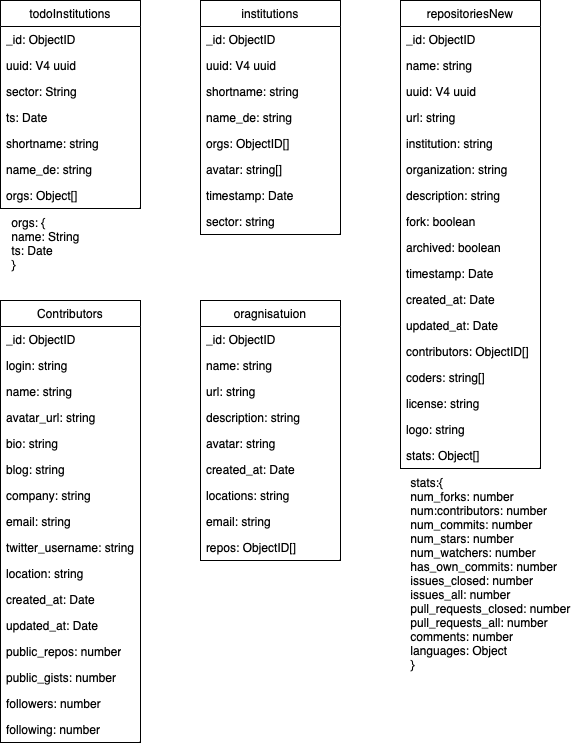
digital-sustainability/oss-github-benchmark keeps this draw.io diagram as assets/images/DBStructure.png. Above is the earlier version. Source tidied: cells renumbered, new cells last; positions are measured from the earlier drawing's top-left corner, leaving out a move shared by most shapes. Source of this version:
```xml
<mxGraphModel>
  <root>
    <mxCell id="0" />
    <mxCell id="1" parent="0" />
    <mxCell id="2" value="todoInstitutions" style="swimlane;fontStyle=0;horizontal=1;startSize=26;fillColor=none;whiteSpace=wrap;html=1;" parent="1" vertex="1">
      <mxGeometry width="140" height="208" as="geometry" />
    </mxCell>
    <mxCell id="3" value="_id: ObjectID" style="text;strokeColor=none;fillColor=none;align=left;verticalAlign=top;spacingLeft=4;spacingRight=4;overflow=hidden;whiteSpace=wrap;html=1;" parent="2" vertex="1">
      <mxGeometry y="26" width="140" height="26" as="geometry" />
    </mxCell>
    <mxCell id="4" value="uuid: V4 uuid" style="text;strokeColor=none;fillColor=none;align=left;verticalAlign=top;spacingLeft=4;spacingRight=4;overflow=hidden;whiteSpace=wrap;html=1;" parent="2" vertex="1">
      <mxGeometry y="52" width="140" height="26" as="geometry" />
    </mxCell>
    <mxCell id="5" value="sector: String" style="text;strokeColor=none;fillColor=none;align=left;verticalAlign=top;spacingLeft=4;spacingRight=4;overflow=hidden;whiteSpace=wrap;html=1;" parent="2" vertex="1">
      <mxGeometry y="78" width="140" height="26" as="geometry" />
    </mxCell>
    <mxCell id="6" value="ts: Date" style="text;strokeColor=none;fillColor=none;align=left;verticalAlign=top;spacingLeft=4;spacingRight=4;overflow=hidden;whiteSpace=wrap;html=1;" parent="2" vertex="1">
      <mxGeometry y="104" width="140" height="26" as="geometry" />
    </mxCell>
    <mxCell id="7" value="shortname: string" style="text;strokeColor=none;fillColor=none;align=left;verticalAlign=top;spacingLeft=4;spacingRight=4;overflow=hidden;whiteSpace=wrap;html=1;" parent="2" vertex="1">
      <mxGeometry y="130" width="140" height="26" as="geometry" />
    </mxCell>
    <mxCell id="8" value="name_de: string" style="text;strokeColor=none;fillColor=none;align=left;verticalAlign=top;spacingLeft=4;spacingRight=4;overflow=hidden;whiteSpace=wrap;html=1;" parent="2" vertex="1">
      <mxGeometry y="156" width="140" height="26" as="geometry" />
    </mxCell>
    <mxCell id="9" value="orgs: Object[]" style="text;strokeColor=none;fillColor=none;align=left;verticalAlign=top;spacingLeft=4;spacingRight=4;overflow=hidden;whiteSpace=wrap;html=1;" parent="2" vertex="1">
      <mxGeometry y="182" width="140" height="26" as="geometry" />
    </mxCell>
    <mxCell id="10" value="&lt;div style=&quot;text-align: left;&quot;&gt;orgs: {&lt;/div&gt;&lt;div style=&quot;&quot;&gt;&lt;div style=&quot;text-align: left;&quot;&gt;name: String&lt;/div&gt;&lt;/div&gt;&lt;div style=&quot;text-align: left;&quot;&gt;ts: Date&lt;/div&gt;&lt;div style=&quot;text-align: left;&quot;&gt;}&lt;/div&gt;" style="text;html=1;align=center;verticalAlign=middle;strokeColor=none;fillColor=none;" parent="1" vertex="1">
      <mxGeometry y="208" width="90" height="70" as="geometry" />
    </mxCell>
    <mxCell id="11" value="oragnisatuion" style="swimlane;fontStyle=0;horizontal=1;startSize=26;fillColor=none;whiteSpace=wrap;html=1;" parent="1" vertex="1">
      <mxGeometry x="200" y="300" width="140" height="260" as="geometry" />
    </mxCell>
    <mxCell id="12" value="_id: ObjectID" style="text;strokeColor=none;fillColor=none;align=left;verticalAlign=top;spacingLeft=4;spacingRight=4;overflow=hidden;whiteSpace=wrap;html=1;" parent="11" vertex="1">
      <mxGeometry y="26" width="140" height="26" as="geometry" />
    </mxCell>
    <mxCell id="13" value="name: string" style="text;strokeColor=none;fillColor=none;align=left;verticalAlign=top;spacingLeft=4;spacingRight=4;overflow=hidden;whiteSpace=wrap;html=1;" parent="11" vertex="1">
      <mxGeometry y="52" width="140" height="26" as="geometry" />
    </mxCell>
    <mxCell id="14" value="url: string" style="text;strokeColor=none;fillColor=none;align=left;verticalAlign=top;spacingLeft=4;spacingRight=4;overflow=hidden;whiteSpace=wrap;html=1;" parent="11" vertex="1">
      <mxGeometry y="78" width="140" height="26" as="geometry" />
    </mxCell>
    <mxCell id="15" value="description: string" style="text;strokeColor=none;fillColor=none;align=left;verticalAlign=top;spacingLeft=4;spacingRight=4;overflow=hidden;whiteSpace=wrap;html=1;" parent="11" vertex="1">
      <mxGeometry y="104" width="140" height="26" as="geometry" />
    </mxCell>
    <mxCell id="16" value="avatar: string" style="text;strokeColor=none;fillColor=none;align=left;verticalAlign=top;spacingLeft=4;spacingRight=4;overflow=hidden;whiteSpace=wrap;html=1;" parent="11" vertex="1">
      <mxGeometry y="130" width="140" height="26" as="geometry" />
    </mxCell>
    <mxCell id="17" value="created_at: Date" style="text;strokeColor=none;fillColor=none;align=left;verticalAlign=top;spacingLeft=4;spacingRight=4;overflow=hidden;whiteSpace=wrap;html=1;" parent="11" vertex="1">
      <mxGeometry y="156" width="140" height="26" as="geometry" />
    </mxCell>
    <mxCell id="18" value="locations: string" style="text;strokeColor=none;fillColor=none;align=left;verticalAlign=top;spacingLeft=4;spacingRight=4;overflow=hidden;whiteSpace=wrap;html=1;" parent="11" vertex="1">
      <mxGeometry y="182" width="140" height="26" as="geometry" />
    </mxCell>
    <mxCell id="19" value="email: string" style="text;strokeColor=none;fillColor=none;align=left;verticalAlign=top;spacingLeft=4;spacingRight=4;overflow=hidden;whiteSpace=wrap;html=1;" parent="11" vertex="1">
      <mxGeometry y="208" width="140" height="26" as="geometry" />
    </mxCell>
    <mxCell id="20" value="repos: ObjectID[]" style="text;strokeColor=none;fillColor=none;align=left;verticalAlign=top;spacingLeft=4;spacingRight=4;overflow=hidden;whiteSpace=wrap;html=1;" parent="11" vertex="1">
      <mxGeometry y="234" width="140" height="26" as="geometry" />
    </mxCell>
    <mxCell id="21" value="institutions" style="swimlane;fontStyle=0;horizontal=1;startSize=26;fillColor=none;whiteSpace=wrap;html=1;" parent="1" vertex="1">
      <mxGeometry x="200" width="140" height="234" as="geometry" />
    </mxCell>
    <mxCell id="22" value="_id: ObjectID" style="text;strokeColor=none;fillColor=none;align=left;verticalAlign=top;spacingLeft=4;spacingRight=4;overflow=hidden;whiteSpace=wrap;html=1;" parent="21" vertex="1">
      <mxGeometry y="26" width="140" height="26" as="geometry" />
    </mxCell>
    <mxCell id="23" value="uuid: V4 uuid" style="text;strokeColor=none;fillColor=none;align=left;verticalAlign=top;spacingLeft=4;spacingRight=4;overflow=hidden;whiteSpace=wrap;html=1;" parent="21" vertex="1">
      <mxGeometry y="52" width="140" height="26" as="geometry" />
    </mxCell>
    <mxCell id="24" value="shortname: string" style="text;strokeColor=none;fillColor=none;align=left;verticalAlign=top;spacingLeft=4;spacingRight=4;overflow=hidden;whiteSpace=wrap;html=1;" parent="21" vertex="1">
      <mxGeometry y="78" width="140" height="26" as="geometry" />
    </mxCell>
    <mxCell id="25" value="name_de: string" style="text;strokeColor=none;fillColor=none;align=left;verticalAlign=top;spacingLeft=4;spacingRight=4;overflow=hidden;whiteSpace=wrap;html=1;" parent="21" vertex="1">
      <mxGeometry y="104" width="140" height="26" as="geometry" />
    </mxCell>
    <mxCell id="26" value="orgs: ObjectID[]" style="text;strokeColor=none;fillColor=none;align=left;verticalAlign=top;spacingLeft=4;spacingRight=4;overflow=hidden;whiteSpace=wrap;html=1;" parent="21" vertex="1">
      <mxGeometry y="130" width="140" height="26" as="geometry" />
    </mxCell>
    <mxCell id="27" value="avatar: string[]" style="text;strokeColor=none;fillColor=none;align=left;verticalAlign=top;spacingLeft=4;spacingRight=4;overflow=hidden;whiteSpace=wrap;html=1;" parent="21" vertex="1">
      <mxGeometry y="156" width="140" height="26" as="geometry" />
    </mxCell>
    <mxCell id="28" value="timestamp: Date" style="text;strokeColor=none;fillColor=none;align=left;verticalAlign=top;spacingLeft=4;spacingRight=4;overflow=hidden;whiteSpace=wrap;html=1;" parent="21" vertex="1">
      <mxGeometry y="182" width="140" height="26" as="geometry" />
    </mxCell>
    <mxCell id="29" value="sector: string" style="text;strokeColor=none;fillColor=none;align=left;verticalAlign=top;spacingLeft=4;spacingRight=4;overflow=hidden;whiteSpace=wrap;html=1;" parent="21" vertex="1">
      <mxGeometry y="208" width="140" height="26" as="geometry" />
    </mxCell>
    <mxCell id="30" value="repositoriesNew" style="swimlane;fontStyle=0;horizontal=1;startSize=26;fillColor=none;whiteSpace=wrap;html=1;" parent="1" vertex="1">
      <mxGeometry x="400" width="140" height="468" as="geometry" />
    </mxCell>
    <mxCell id="31" value="_id: ObjectID" style="text;strokeColor=none;fillColor=none;align=left;verticalAlign=top;spacingLeft=4;spacingRight=4;overflow=hidden;whiteSpace=wrap;html=1;" parent="30" vertex="1">
      <mxGeometry y="26" width="140" height="26" as="geometry" />
    </mxCell>
    <mxCell id="32" value="name: string" style="text;strokeColor=none;fillColor=none;align=left;verticalAlign=top;spacingLeft=4;spacingRight=4;overflow=hidden;whiteSpace=wrap;html=1;" parent="30" vertex="1">
      <mxGeometry y="52" width="140" height="26" as="geometry" />
    </mxCell>
    <mxCell id="33" value="uuid: V4 uuid" style="text;strokeColor=none;fillColor=none;align=left;verticalAlign=top;spacingLeft=4;spacingRight=4;overflow=hidden;whiteSpace=wrap;html=1;" parent="30" vertex="1">
      <mxGeometry y="78" width="140" height="26" as="geometry" />
    </mxCell>
    <mxCell id="34" value="url: string" style="text;strokeColor=none;fillColor=none;align=left;verticalAlign=top;spacingLeft=4;spacingRight=4;overflow=hidden;whiteSpace=wrap;html=1;" parent="30" vertex="1">
      <mxGeometry y="104" width="140" height="26" as="geometry" />
    </mxCell>
    <mxCell id="35" value="institution: string" style="text;strokeColor=none;fillColor=none;align=left;verticalAlign=top;spacingLeft=4;spacingRight=4;overflow=hidden;whiteSpace=wrap;html=1;" parent="30" vertex="1">
      <mxGeometry y="130" width="140" height="26" as="geometry" />
    </mxCell>
    <mxCell id="36" value="organization: string" style="text;strokeColor=none;fillColor=none;align=left;verticalAlign=top;spacingLeft=4;spacingRight=4;overflow=hidden;whiteSpace=wrap;html=1;" parent="30" vertex="1">
      <mxGeometry y="156" width="140" height="26" as="geometry" />
    </mxCell>
    <mxCell id="37" value="description: string" style="text;strokeColor=none;fillColor=none;align=left;verticalAlign=top;spacingLeft=4;spacingRight=4;overflow=hidden;whiteSpace=wrap;html=1;" parent="30" vertex="1">
      <mxGeometry y="182" width="140" height="26" as="geometry" />
    </mxCell>
    <mxCell id="38" value="fork: boolean" style="text;strokeColor=none;fillColor=none;align=left;verticalAlign=top;spacingLeft=4;spacingRight=4;overflow=hidden;whiteSpace=wrap;html=1;" parent="30" vertex="1">
      <mxGeometry y="208" width="140" height="26" as="geometry" />
    </mxCell>
    <mxCell id="39" value="archived: boolean" style="text;strokeColor=none;fillColor=none;align=left;verticalAlign=top;spacingLeft=4;spacingRight=4;overflow=hidden;whiteSpace=wrap;html=1;" parent="30" vertex="1">
      <mxGeometry y="234" width="140" height="26" as="geometry" />
    </mxCell>
    <mxCell id="40" value="timestamp: Date" style="text;strokeColor=none;fillColor=none;align=left;verticalAlign=top;spacingLeft=4;spacingRight=4;overflow=hidden;whiteSpace=wrap;html=1;" parent="30" vertex="1">
      <mxGeometry y="260" width="140" height="26" as="geometry" />
    </mxCell>
    <mxCell id="41" value="created_at: Date" style="text;strokeColor=none;fillColor=none;align=left;verticalAlign=top;spacingLeft=4;spacingRight=4;overflow=hidden;whiteSpace=wrap;html=1;" parent="30" vertex="1">
      <mxGeometry y="286" width="140" height="26" as="geometry" />
    </mxCell>
    <mxCell id="42" value="updated_at: Date" style="text;strokeColor=none;fillColor=none;align=left;verticalAlign=top;spacingLeft=4;spacingRight=4;overflow=hidden;whiteSpace=wrap;html=1;" parent="30" vertex="1">
      <mxGeometry y="312" width="140" height="26" as="geometry" />
    </mxCell>
    <mxCell id="43" value="contributors: ObjectID[]" style="text;strokeColor=none;fillColor=none;align=left;verticalAlign=top;spacingLeft=4;spacingRight=4;overflow=hidden;whiteSpace=wrap;html=1;" parent="30" vertex="1">
      <mxGeometry y="338" width="140" height="26" as="geometry" />
    </mxCell>
    <mxCell id="44" value="coders: string[]" style="text;strokeColor=none;fillColor=none;align=left;verticalAlign=top;spacingLeft=4;spacingRight=4;overflow=hidden;whiteSpace=wrap;html=1;" parent="30" vertex="1">
      <mxGeometry y="364" width="140" height="26" as="geometry" />
    </mxCell>
    <mxCell id="45" value="license: string" style="text;strokeColor=none;fillColor=none;align=left;verticalAlign=top;spacingLeft=4;spacingRight=4;overflow=hidden;whiteSpace=wrap;html=1;" parent="30" vertex="1">
      <mxGeometry y="390" width="140" height="26" as="geometry" />
    </mxCell>
    <mxCell id="46" value="logo: string" style="text;strokeColor=none;fillColor=none;align=left;verticalAlign=top;spacingLeft=4;spacingRight=4;overflow=hidden;whiteSpace=wrap;html=1;" parent="30" vertex="1">
      <mxGeometry y="416" width="140" height="26" as="geometry" />
    </mxCell>
    <mxCell id="47" value="stats: Object[]" style="text;strokeColor=none;fillColor=none;align=left;verticalAlign=top;spacingLeft=4;spacingRight=4;overflow=hidden;whiteSpace=wrap;html=1;" parent="30" vertex="1">
      <mxGeometry y="442" width="140" height="26" as="geometry" />
    </mxCell>
    <mxCell id="48" value="Contributors" style="swimlane;fontStyle=0;horizontal=1;startSize=26;fillColor=none;whiteSpace=wrap;html=1;" parent="1" vertex="1">
      <mxGeometry y="300" width="140" height="442" as="geometry" />
    </mxCell>
    <mxCell id="49" value="_id: ObjectID" style="text;strokeColor=none;fillColor=none;align=left;verticalAlign=top;spacingLeft=4;spacingRight=4;overflow=hidden;whiteSpace=wrap;html=1;" parent="48" vertex="1">
      <mxGeometry y="26" width="140" height="26" as="geometry" />
    </mxCell>
    <mxCell id="50" value="login: string" style="text;strokeColor=none;fillColor=none;align=left;verticalAlign=top;spacingLeft=4;spacingRight=4;overflow=hidden;whiteSpace=wrap;html=1;" parent="48" vertex="1">
      <mxGeometry y="52" width="140" height="26" as="geometry" />
    </mxCell>
    <mxCell id="51" value="name: string" style="text;strokeColor=none;fillColor=none;align=left;verticalAlign=top;spacingLeft=4;spacingRight=4;overflow=hidden;whiteSpace=wrap;html=1;" parent="48" vertex="1">
      <mxGeometry y="78" width="140" height="26" as="geometry" />
    </mxCell>
    <mxCell id="52" value="avatar_url: string" style="text;strokeColor=none;fillColor=none;align=left;verticalAlign=top;spacingLeft=4;spacingRight=4;overflow=hidden;whiteSpace=wrap;html=1;" parent="48" vertex="1">
      <mxGeometry y="104" width="140" height="26" as="geometry" />
    </mxCell>
    <mxCell id="53" value="bio: string" style="text;strokeColor=none;fillColor=none;align=left;verticalAlign=top;spacingLeft=4;spacingRight=4;overflow=hidden;whiteSpace=wrap;html=1;" parent="48" vertex="1">
      <mxGeometry y="130" width="140" height="26" as="geometry" />
    </mxCell>
    <mxCell id="54" value="blog: string" style="text;strokeColor=none;fillColor=none;align=left;verticalAlign=top;spacingLeft=4;spacingRight=4;overflow=hidden;whiteSpace=wrap;html=1;" parent="48" vertex="1">
      <mxGeometry y="156" width="140" height="26" as="geometry" />
    </mxCell>
    <mxCell id="55" value="company: string" style="text;strokeColor=none;fillColor=none;align=left;verticalAlign=top;spacingLeft=4;spacingRight=4;overflow=hidden;whiteSpace=wrap;html=1;" parent="48" vertex="1">
      <mxGeometry y="182" width="140" height="26" as="geometry" />
    </mxCell>
    <mxCell id="56" value="email: string" style="text;strokeColor=none;fillColor=none;align=left;verticalAlign=top;spacingLeft=4;spacingRight=4;overflow=hidden;whiteSpace=wrap;html=1;" parent="48" vertex="1">
      <mxGeometry y="208" width="140" height="26" as="geometry" />
    </mxCell>
    <mxCell id="57" value="twitter_username: string" style="text;strokeColor=none;fillColor=none;align=left;verticalAlign=top;spacingLeft=4;spacingRight=4;overflow=hidden;whiteSpace=wrap;html=1;" parent="48" vertex="1">
      <mxGeometry y="234" width="140" height="26" as="geometry" />
    </mxCell>
    <mxCell id="58" value="location: string" style="text;strokeColor=none;fillColor=none;align=left;verticalAlign=top;spacingLeft=4;spacingRight=4;overflow=hidden;whiteSpace=wrap;html=1;" parent="48" vertex="1">
      <mxGeometry y="260" width="140" height="26" as="geometry" />
    </mxCell>
    <mxCell id="59" value="created_at: Date" style="text;strokeColor=none;fillColor=none;align=left;verticalAlign=top;spacingLeft=4;spacingRight=4;overflow=hidden;whiteSpace=wrap;html=1;" parent="48" vertex="1">
      <mxGeometry y="286" width="140" height="26" as="geometry" />
    </mxCell>
    <mxCell id="60" value="updated_at: Date" style="text;strokeColor=none;fillColor=none;align=left;verticalAlign=top;spacingLeft=4;spacingRight=4;overflow=hidden;whiteSpace=wrap;html=1;" parent="48" vertex="1">
      <mxGeometry y="312" width="140" height="26" as="geometry" />
    </mxCell>
    <mxCell id="61" value="public_repos: number" style="text;strokeColor=none;fillColor=none;align=left;verticalAlign=top;spacingLeft=4;spacingRight=4;overflow=hidden;whiteSpace=wrap;html=1;" parent="48" vertex="1">
      <mxGeometry y="338" width="140" height="26" as="geometry" />
    </mxCell>
    <mxCell id="62" value="public_gists: number" style="text;strokeColor=none;fillColor=none;align=left;verticalAlign=top;spacingLeft=4;spacingRight=4;overflow=hidden;whiteSpace=wrap;html=1;" parent="48" vertex="1">
      <mxGeometry y="364" width="140" height="26" as="geometry" />
    </mxCell>
    <mxCell id="63" value="followers: number" style="text;strokeColor=none;fillColor=none;align=left;verticalAlign=top;spacingLeft=4;spacingRight=4;overflow=hidden;whiteSpace=wrap;html=1;" parent="48" vertex="1">
      <mxGeometry y="390" width="140" height="26" as="geometry" />
    </mxCell>
    <mxCell id="64" value="following: number" style="text;strokeColor=none;fillColor=none;align=left;verticalAlign=top;spacingLeft=4;spacingRight=4;overflow=hidden;whiteSpace=wrap;html=1;" parent="48" vertex="1">
      <mxGeometry y="416" width="140" height="26" as="geometry" />
    </mxCell>
    <mxCell id="65" value="&lt;div style=&quot;text-align: left;&quot;&gt;stats:{&lt;/div&gt;&lt;div style=&quot;text-align: left;&quot;&gt;num_forks: number&lt;/div&gt;&lt;div style=&quot;text-align: left;&quot;&gt;num:contributors: number&lt;/div&gt;&lt;div style=&quot;text-align: left;&quot;&gt;num_commits: number&lt;/div&gt;&lt;div style=&quot;text-align: left;&quot;&gt;num_stars: number&lt;/div&gt;&lt;div style=&quot;text-align: left;&quot;&gt;num_watchers: number&lt;/div&gt;&lt;div style=&quot;text-align: left;&quot;&gt;has_own_commits: number&lt;/div&gt;&lt;div style=&quot;text-align: left;&quot;&gt;issues_closed: number&lt;/div&gt;&lt;div style=&quot;text-align: left;&quot;&gt;issues_all: number&lt;/div&gt;&lt;div style=&quot;text-align: left;&quot;&gt;pull_requests_closed: number&lt;/div&gt;&lt;div style=&quot;text-align: left;&quot;&gt;pull_requests_all: number&lt;/div&gt;&lt;div style=&quot;text-align: left;&quot;&gt;comments: number&lt;/div&gt;&lt;div style=&quot;text-align: left;&quot;&gt;languages: Object&lt;/div&gt;&lt;div style=&quot;text-align: left;&quot;&gt;}&lt;/div&gt;" style="text;html=1;align=center;verticalAlign=middle;strokeColor=none;fillColor=none;" parent="1" vertex="1">
      <mxGeometry x="400" y="468" width="180" height="210" as="geometry" />
    </mxCell>
  </root>
</mxGraphModel>
```
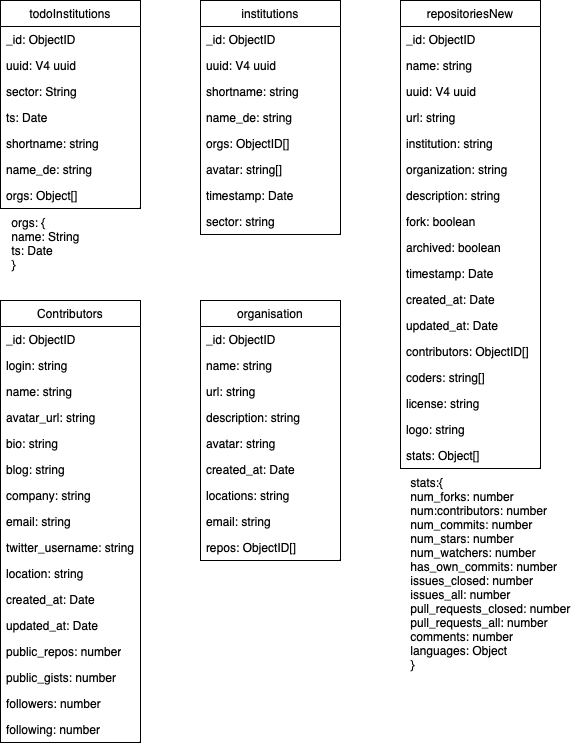
The same file after the commit.

What changed in the source:
```diff
@@ -29,7 +29,7 @@
     <mxCell id="10" value="&lt;div style=&quot;text-align: left;&quot;&gt;orgs: {&lt;/div&gt;&lt;div style=&quot;&quot;&gt;&lt;div style=&quot;text-align: left;&quot;&gt;name: String&lt;/div&gt;&lt;/div&gt;&lt;div style=&quot;text-align: left;&quot;&gt;ts: Date&lt;/div&gt;&lt;div style=&quot;text-align: left;&quot;&gt;}&lt;/div&gt;" style="text;html=1;align=center;verticalAlign=middle;strokeColor=none;fillColor=none;" parent="1" vertex="1">
       <mxGeometry y="208" width="90" height="70" as="geometry" />
     </mxCell>
-    <mxCell id="11" value="oragnisatuion" style="swimlane;fontStyle=0;horizontal=1;startSize=26;fillColor=none;whiteSpace=wrap;html=1;" parent="1" vertex="1">
+    <mxCell id="11" value="organisation" style="swimlane;fontStyle=0;horizontal=1;startSize=26;fillColor=none;whiteSpace=wrap;html=1;" parent="1" vertex="1">
       <mxGeometry x="200" y="300" width="140" height="260" as="geometry" />
     </mxCell>
     <mxCell id="12" value="_id: ObjectID" style="text;strokeColor=none;fillColor=none;align=left;verticalAlign=top;spacingLeft=4;spacingRight=4;overflow=hidden;whiteSpace=wrap;html=1;" parent="11" vertex="1">
```
